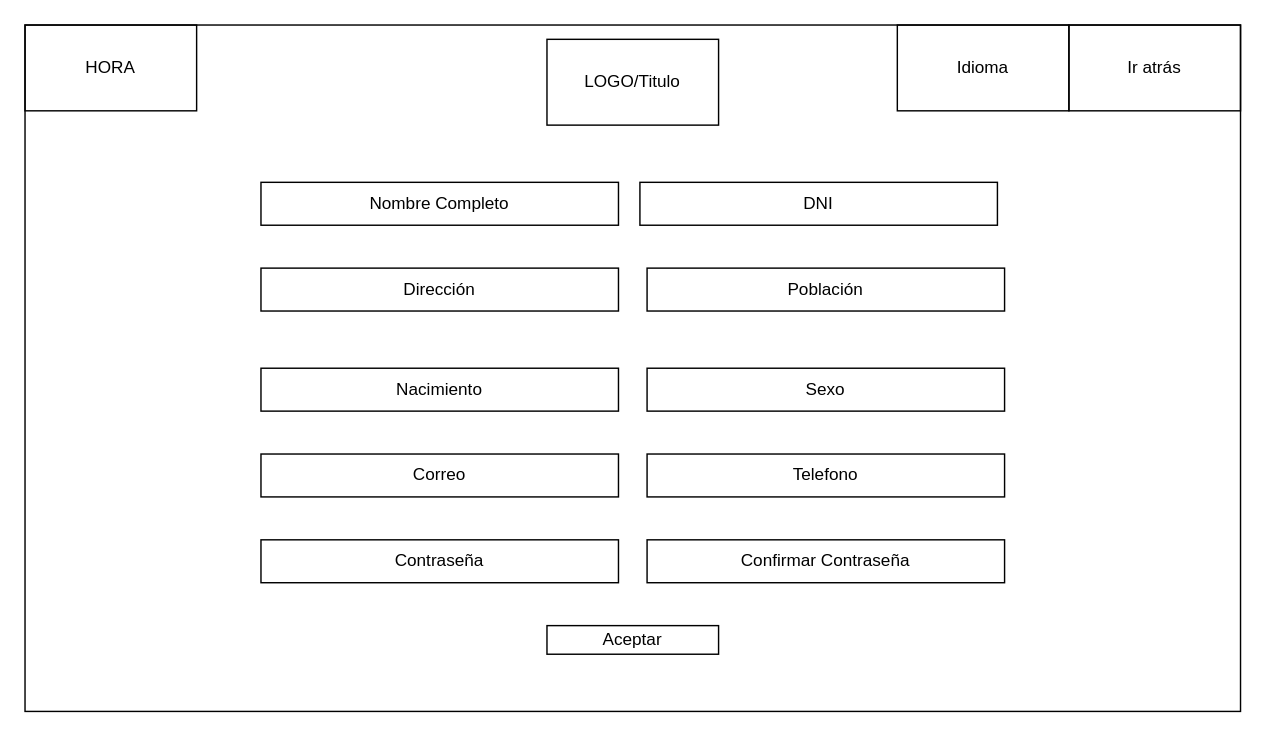
Universidad-Europea/PharmSquare keeps this draw.io diagram as page "NuevoCliente" (2 of 5) of docs/UI_UX.drawio. Above is the earlier version. Source tidied: cells renumbered, new cells numbered last; positions are measured from the earlier drawing's top-left corner, leaving out a move shared by most shapes. Both pictures are drawn from the tidied source at 143%, with x=0, y=0 at pixel (24, 24).
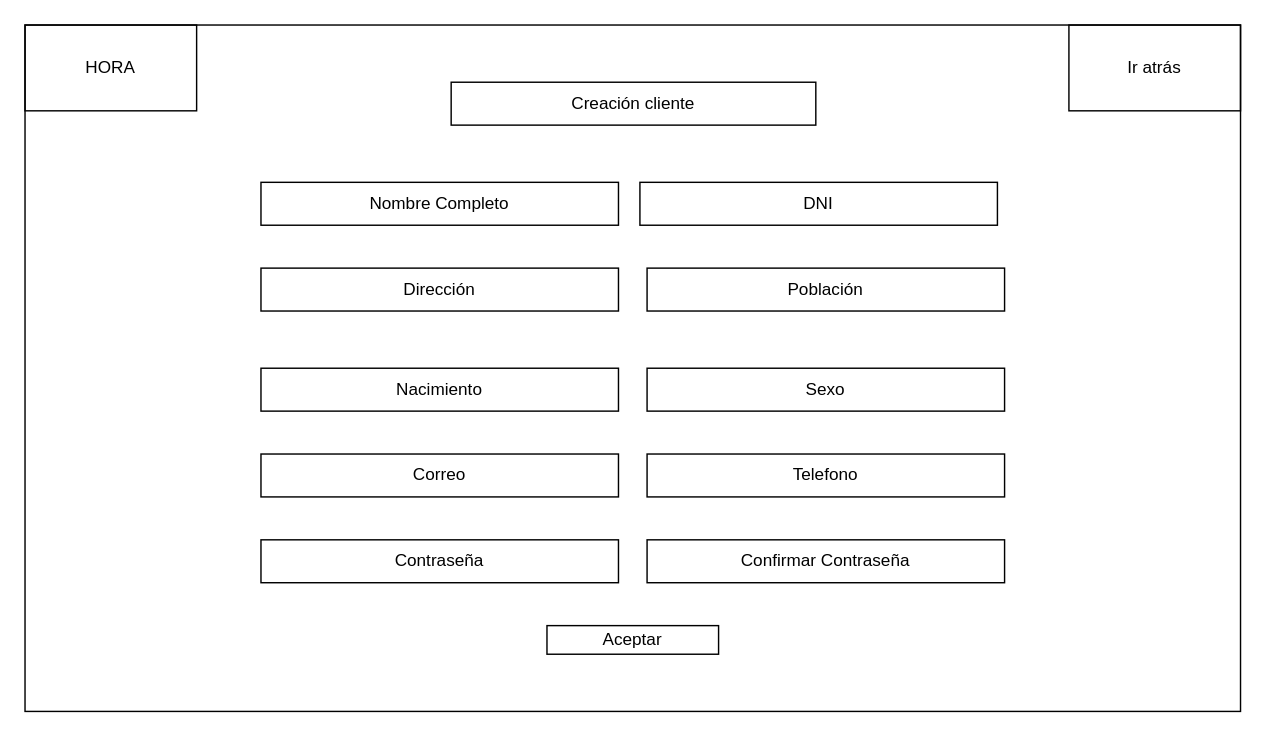
The same diagram, later.

Commit message (it also covers changes not shown here):
el idioma son los padres

The edit, as a diff of the source:
```diff
@@
 <mxGraphModel>
   <root>
     <mxCell id="0" />
     <mxCell id="1" parent="0" />
     <mxCell id="2" style="rounded=0;whiteSpace=wrap;html=1;fillColor=none;" parent="1" vertex="1">
       <mxGeometry width="850" height="480" as="geometry" />
     </mxCell>
     <mxCell id="3" value="Ir atrás" style="rounded=0;whiteSpace=wrap;html=1;fillColor=none;" parent="1" vertex="1">
       <mxGeometry x="730" width="120" height="60" as="geometry" />
     </mxCell>
     <mxCell id="4" value="Correo" style="rounded=0;whiteSpace=wrap;html=1;fillColor=none;" parent="1" vertex="1">
       <mxGeometry x="165" y="300" width="250" height="30" as="geometry" />
     </mxCell>
     <mxCell id="5" value="Contraseña" style="rounded=0;whiteSpace=wrap;html=1;fillColor=none;" parent="1" vertex="1">
       <mxGeometry x="165" y="360" width="250" height="30" as="geometry" />
     </mxCell>
-    <mxCell id="6" value="LOGO/Titulo" style="rounded=0;whiteSpace=wrap;html=1;fillColor=none;" parent="1" vertex="1">
-      <mxGeometry x="365" y="10" width="120" height="60" as="geometry" />
+    <mxCell id="6" value="Creación cliente" style="rounded=0;whiteSpace=wrap;html=1;fillColor=none;" parent="1" vertex="1">
+      <mxGeometry x="298" y="40" width="255" height="30" as="geometry" />
     </mxCell>
     <mxCell id="7" value="HORA" style="rounded=0;whiteSpace=wrap;html=1;fillColor=none;" parent="1" vertex="1">
       <mxGeometry width="120" height="60" as="geometry" />
     </mxCell>
-    <mxCell id="8" value="Idioma" style="rounded=0;whiteSpace=wrap;html=1;fillColor=none;" parent="1" vertex="1">
-      <mxGeometry x="610" width="120" height="60" as="geometry" />
-    </mxCell>
     <mxCell id="9" value="Aceptar" style="rounded=0;whiteSpace=wrap;html=1;fillColor=none;" parent="1" vertex="1">
       <mxGeometry x="365" y="420" width="120" height="20" as="geometry" />
     </mxCell>
     <mxCell id="10" value="Nombre Completo" style="rounded=0;whiteSpace=wrap;html=1;fillColor=none;" parent="1" vertex="1">
       <mxGeometry x="165" y="110" width="250" height="30" as="geometry" />
     </mxCell>
     <mxCell id="11" value="DNI" style="rounded=0;whiteSpace=wrap;html=1;fillColor=none;" parent="1" vertex="1">
       <mxGeometry x="430" y="110" width="250" height="30" as="geometry" />
     </mxCell>
     <mxCell id="12" value="Dirección" style="rounded=0;whiteSpace=wrap;html=1;fillColor=none;" parent="1" vertex="1">
       <mxGeometry x="165" y="170" width="250" height="30" as="geometry" />
     </mxCell>
     <mxCell id="13" value="Nacimiento" style="rounded=0;whiteSpace=wrap;html=1;fillColor=none;" parent="1" vertex="1">
       <mxGeometry x="165" y="240" width="250" height="30" as="geometry" />
     </mxCell>
     <mxCell id="14" value="Sexo" style="rounded=0;whiteSpace=wrap;html=1;fillColor=none;" parent="1" vertex="1">
       <mxGeometry x="435" y="240" width="250" height="30" as="geometry" />
     </mxCell>
     <mxCell id="15" value="Telefono" style="rounded=0;whiteSpace=wrap;html=1;fillColor=none;" parent="1" vertex="1">
       <mxGeometry x="435" y="300" width="250" height="30" as="geometry" />
     </mxCell>
     <mxCell id="16" value="Confirmar Contraseña" style="rounded=0;whiteSpace=wrap;html=1;fillColor=none;" parent="1" vertex="1">
       <mxGeometry x="435" y="360" width="250" height="30" as="geometry" />
     </mxCell>
     <mxCell id="17" value="Población" style="rounded=0;whiteSpace=wrap;html=1;fillColor=none;" parent="1" vertex="1">
       <mxGeometry x="435" y="170" width="250" height="30" as="geometry" />
     </mxCell>
   </root>
 </mxGraphModel>
```
